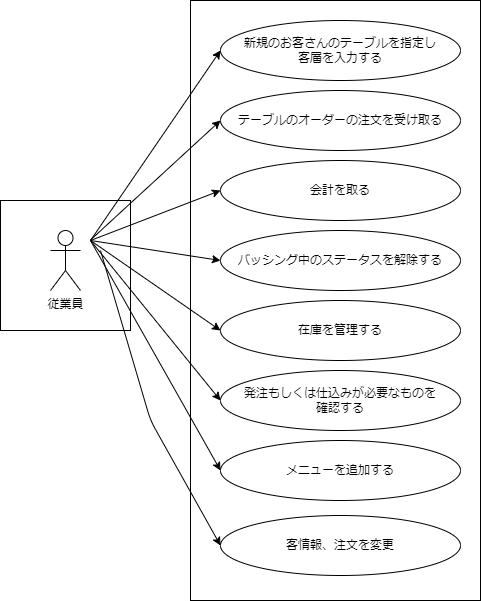
MasakiHiguchi/--- keeps this draw.io diagram as psp4/ユースケース図/ユースケース図.drawio.png. Above is the earlier version. Source tidied: cells renumbered, new cells last; positions are measured from the earlier drawing's top-left corner, leaving out a move shared by most shapes. The source it was exported from:
```xml
<mxGraphModel>
  <root>
    <mxCell id="0" />
    <mxCell id="1" parent="0" />
    <mxCell id="2" style="rounded=0;whiteSpace=wrap;html=1;" parent="1" vertex="1">
      <mxGeometry y="200" width="130" height="130" as="geometry" />
    </mxCell>
    <mxCell id="3" value="従業員" style="shape=umlActor;verticalLabelPosition=bottom;verticalAlign=top;html=1;" parent="1" vertex="1">
      <mxGeometry x="50" y="230" width="30" height="60" as="geometry" />
    </mxCell>
    <mxCell id="4" style="rounded=0;whiteSpace=wrap;html=1;" parent="1" vertex="1">
      <mxGeometry x="190" width="290" height="600" as="geometry" />
    </mxCell>
    <mxCell id="5" value="新規のお客さんのテーブルを指定し&lt;br&gt;客層を入力する" style="ellipse;whiteSpace=wrap;html=1;" parent="1" vertex="1">
      <mxGeometry x="220" y="20" width="240" height="60" as="geometry" />
    </mxCell>
    <mxCell id="6" value="テーブルのオーダーの注文を受け取る" style="ellipse;whiteSpace=wrap;html=1;" parent="1" vertex="1">
      <mxGeometry x="220" y="90" width="240" height="60" as="geometry" />
    </mxCell>
    <mxCell id="7" value="会計を取る" style="ellipse;whiteSpace=wrap;html=1;" parent="1" vertex="1">
      <mxGeometry x="220" y="160" width="240" height="60" as="geometry" />
    </mxCell>
    <mxCell id="8" value="バッシング中のステータスを解除する" style="ellipse;whiteSpace=wrap;html=1;" parent="1" vertex="1">
      <mxGeometry x="220" y="230" width="240" height="60" as="geometry" />
    </mxCell>
    <mxCell id="9" value="発注もしくは仕込みが必要なものを&lt;br&gt;確認する" style="ellipse;whiteSpace=wrap;html=1;" parent="1" vertex="1">
      <mxGeometry x="220" y="370" width="240" height="60" as="geometry" />
    </mxCell>
    <mxCell id="10" value="在庫を管理する" style="ellipse;whiteSpace=wrap;html=1;" parent="1" vertex="1">
      <mxGeometry x="220" y="300" width="240" height="60" as="geometry" />
    </mxCell>
    <mxCell id="11" style="endArrow=classic;html=1;entryX=0;entryY=0.5;entryDx=0;entryDy=0;" parent="1" edge="1" target="5">
      <mxGeometry relative="1" as="geometry">
        <mxPoint x="90" y="240" as="sourcePoint" />
      </mxGeometry>
    </mxCell>
    <mxCell id="12" style="edgeStyle=none;jettySize=auto;html=1;entryX=0;entryY=0.5;entryDx=0;entryDy=0;" parent="1" edge="1" target="6">
      <mxGeometry relative="1" as="geometry">
        <mxPoint x="90" y="239.5" as="sourcePoint" />
      </mxGeometry>
    </mxCell>
    <mxCell id="13" style="endArrow=classic;html=1;entryX=0;entryY=0.5;entryDx=0;entryDy=0;" parent="1" edge="1" target="7">
      <mxGeometry relative="1" as="geometry">
        <mxPoint x="90" y="240" as="sourcePoint" />
      </mxGeometry>
    </mxCell>
    <mxCell id="14" style="endArrow=classic;html=1;entryX=0;entryY=0.5;entryDx=0;entryDy=0;" parent="1" edge="1" target="8">
      <mxGeometry relative="1" as="geometry">
        <mxPoint x="90" y="240" as="sourcePoint" />
      </mxGeometry>
    </mxCell>
    <mxCell id="15" style="endArrow=classic;html=1;entryX=0;entryY=0.5;entryDx=0;entryDy=0;" parent="1" edge="1" target="10">
      <mxGeometry relative="1" as="geometry">
        <mxPoint x="90" y="240" as="sourcePoint" />
      </mxGeometry>
    </mxCell>
    <mxCell id="16" style="endArrow=classic;html=1;entryX=0;entryY=0.5;entryDx=0;entryDy=0;" parent="1" edge="1" target="9">
      <mxGeometry relative="1" as="geometry">
        <mxPoint x="90" y="240" as="sourcePoint" />
      </mxGeometry>
    </mxCell>
    <mxCell id="17" value="メニューを追加する" style="ellipse;whiteSpace=wrap;html=1;" parent="1" vertex="1">
      <mxGeometry x="220" y="440" width="240" height="60" as="geometry" />
    </mxCell>
    <mxCell id="18" style="endArrow=classic;html=1;entryX=0;entryY=0.5;entryDx=0;entryDy=0;" parent="1" edge="1" target="17">
      <mxGeometry relative="1" as="geometry">
        <mxPoint x="90" y="240" as="sourcePoint" />
      </mxGeometry>
    </mxCell>
    <mxCell id="19" value="客情報、注文を変更" style="ellipse;whiteSpace=wrap;html=1;" parent="1" vertex="1">
      <mxGeometry x="220" y="515" width="240" height="60" as="geometry" />
    </mxCell>
    <mxCell id="20" style="endArrow=classic;html=1;entryX=0;entryY=0.5;entryDx=0;entryDy=0;" parent="1" edge="1" target="19">
      <mxGeometry relative="1" as="geometry">
        <mxPoint x="100" y="250" as="sourcePoint" />
        <Array as="points">
          <mxPoint x="150" y="420" />
        </Array>
      </mxGeometry>
    </mxCell>
  </root>
</mxGraphModel>
```
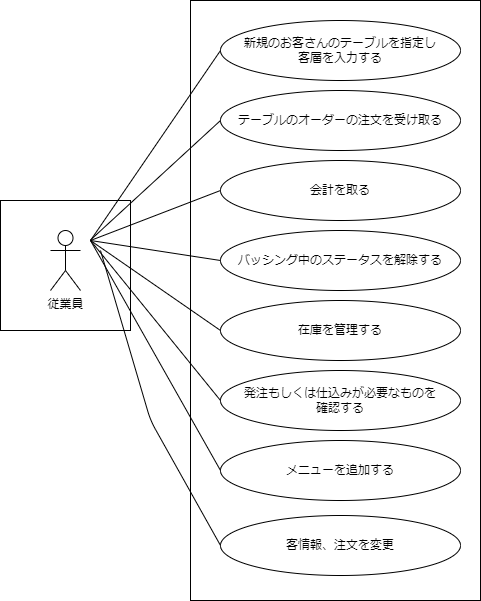
The same file after the commit.

Diff of the diagram source:
```diff
@@ -29,32 +29,32 @@
     <mxCell id="10" value="在庫を管理する" style="ellipse;whiteSpace=wrap;html=1;" parent="1" vertex="1">
       <mxGeometry x="220" y="300" width="240" height="60" as="geometry" />
     </mxCell>
-    <mxCell id="11" style="endArrow=classic;html=1;entryX=0;entryY=0.5;entryDx=0;entryDy=0;" parent="1" edge="1" target="5">
+    <mxCell id="11" style="endArrow=none;html=1;entryX=0;entryY=0.5;entryDx=0;entryDy=0;endFill=0;" parent="1" edge="1" target="5">
       <mxGeometry relative="1" as="geometry">
         <mxPoint x="90" y="240" as="sourcePoint" />
       </mxGeometry>
     </mxCell>
-    <mxCell id="12" style="edgeStyle=none;jettySize=auto;html=1;entryX=0;entryY=0.5;entryDx=0;entryDy=0;" parent="1" edge="1" target="6">
+    <mxCell id="12" style="edgeStyle=none;jettySize=auto;html=1;entryX=0;entryY=0.5;entryDx=0;entryDy=0;endArrow=none;endFill=0;" parent="1" edge="1" target="6">
       <mxGeometry relative="1" as="geometry">
         <mxPoint x="90" y="239.5" as="sourcePoint" />
       </mxGeometry>
     </mxCell>
-    <mxCell id="13" style="endArrow=classic;html=1;entryX=0;entryY=0.5;entryDx=0;entryDy=0;" parent="1" edge="1" target="7">
+    <mxCell id="13" style="endArrow=none;html=1;entryX=0;entryY=0.5;entryDx=0;entryDy=0;endFill=0;" parent="1" edge="1" target="7">
       <mxGeometry relative="1" as="geometry">
         <mxPoint x="90" y="240" as="sourcePoint" />
       </mxGeometry>
     </mxCell>
-    <mxCell id="14" style="endArrow=classic;html=1;entryX=0;entryY=0.5;entryDx=0;entryDy=0;" parent="1" edge="1" target="8">
+    <mxCell id="14" style="endArrow=none;html=1;entryX=0;entryY=0.5;entryDx=0;entryDy=0;endFill=0;" parent="1" edge="1" target="8">
       <mxGeometry relative="1" as="geometry">
         <mxPoint x="90" y="240" as="sourcePoint" />
       </mxGeometry>
     </mxCell>
-    <mxCell id="15" style="endArrow=classic;html=1;entryX=0;entryY=0.5;entryDx=0;entryDy=0;" parent="1" edge="1" target="10">
+    <mxCell id="15" style="endArrow=none;html=1;entryX=0;entryY=0.5;entryDx=0;entryDy=0;endFill=0;" parent="1" edge="1" target="10">
       <mxGeometry relative="1" as="geometry">
         <mxPoint x="90" y="240" as="sourcePoint" />
       </mxGeometry>
     </mxCell>
-    <mxCell id="16" style="endArrow=classic;html=1;entryX=0;entryY=0.5;entryDx=0;entryDy=0;" parent="1" edge="1" target="9">
+    <mxCell id="16" style="endArrow=none;html=1;entryX=0;entryY=0.5;entryDx=0;entryDy=0;endFill=0;" parent="1" edge="1" target="9">
       <mxGeometry relative="1" as="geometry">
         <mxPoint x="90" y="240" as="sourcePoint" />
       </mxGeometry>
@@ -62,7 +62,7 @@
     <mxCell id="17" value="メニューを追加する" style="ellipse;whiteSpace=wrap;html=1;" parent="1" vertex="1">
       <mxGeometry x="220" y="440" width="240" height="60" as="geometry" />
     </mxCell>
-    <mxCell id="18" style="endArrow=classic;html=1;entryX=0;entryY=0.5;entryDx=0;entryDy=0;" parent="1" edge="1" target="17">
+    <mxCell id="18" style="endArrow=none;html=1;entryX=0;entryY=0.5;entryDx=0;entryDy=0;endFill=0;" parent="1" edge="1" target="17">
       <mxGeometry relative="1" as="geometry">
         <mxPoint x="90" y="240" as="sourcePoint" />
       </mxGeometry>
@@ -70,7 +70,7 @@
     <mxCell id="19" value="客情報、注文を変更" style="ellipse;whiteSpace=wrap;html=1;" parent="1" vertex="1">
       <mxGeometry x="220" y="515" width="240" height="60" as="geometry" />
     </mxCell>
-    <mxCell id="20" style="endArrow=classic;html=1;entryX=0;entryY=0.5;entryDx=0;entryDy=0;" parent="1" edge="1" target="19">
+    <mxCell id="20" style="endArrow=none;html=1;entryX=0;entryY=0.5;entryDx=0;entryDy=0;endFill=0;" parent="1" edge="1" target="19">
       <mxGeometry relative="1" as="geometry">
         <mxPoint x="100" y="250" as="sourcePoint" />
         <Array as="points">
```
